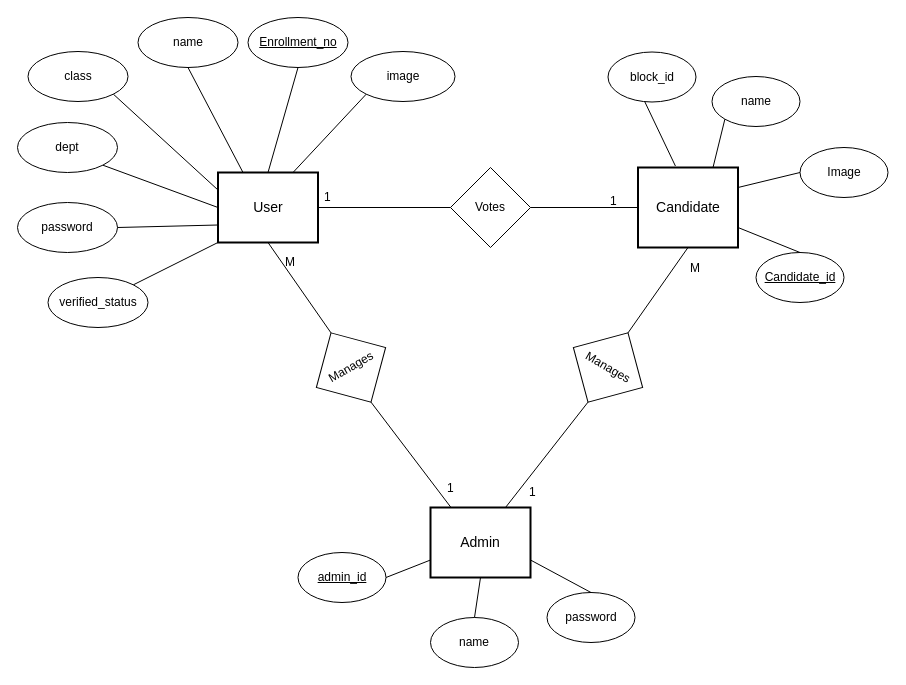
Before: ER.drawio in matic14/BLockVote-UML-Diagram, a draw.io diagram. Source tidied: cells renumbered, new cells numbered last; positions are measured from the earlier drawing's top-left corner, leaving out a move shared by most shapes. Both pictures are drawn from the tidied source at 100%, with x=0, y=0 at pixel (17, 17).
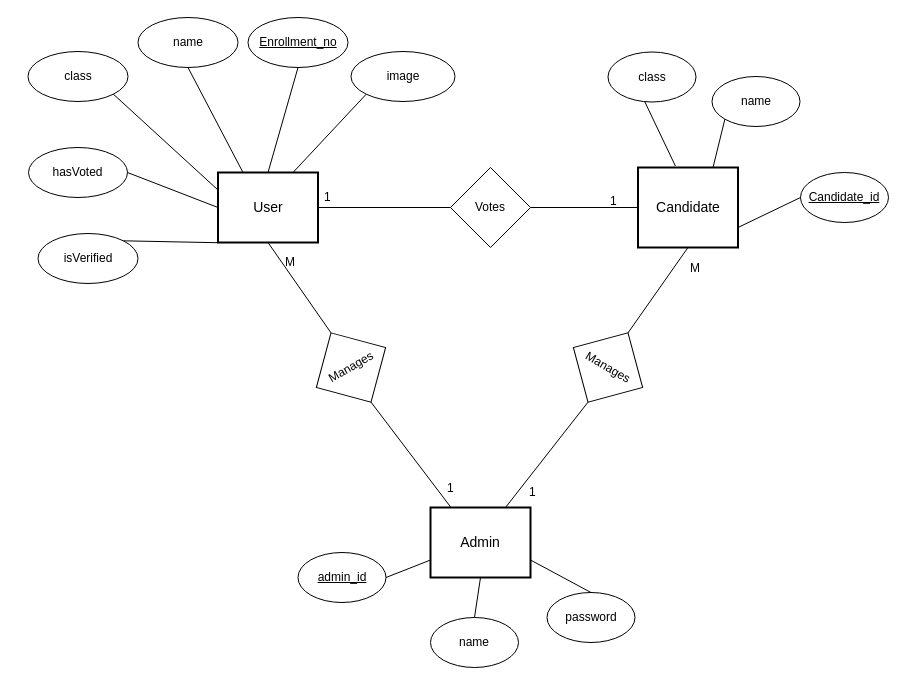
The same diagram, later.

The change refers to these unchanged cells:
```xml
<mxCell id="2" value="User" style="strokeWidth=2;whiteSpace=wrap;html=1;align=center;fontSize=14;" parent="1" vertex="1">
  <mxGeometry x="200.5" y="155" width="100" height="70" as="geometry" />
</mxCell>
<mxCell id="4" value="Candidate" style="strokeWidth=2;whiteSpace=wrap;html=1;align=center;fontSize=14;" parent="1" vertex="1">
  <mxGeometry x="620.5" y="150" width="100" height="80" as="geometry" />
</mxCell>
```

The edit, as a diff of the source:
```diff
@@
-    <mxCell id="7" value="dept" style="ellipse;whiteSpace=wrap;html=1;" parent="1" vertex="1">
-      <mxGeometry y="105" width="100" height="50" as="geometry" />
-    </mxCell>
@@
-    <mxCell id="9" value="password" style="ellipse;whiteSpace=wrap;html=1;" parent="1" vertex="1">
-      <mxGeometry y="185" width="100" height="50" as="geometry" />
-    </mxCell>
@@
-    <mxCell id="14" style="endArrow=none;html=1;entryX=1;entryY=1;entryDx=0;entryDy=0;exitX=0;exitY=0.5;exitDx=0;exitDy=0;" parent="1" edge="1" source="2" target="7">
-      <mxGeometry relative="1" as="geometry" />
-    </mxCell>
-    <mxCell id="15" style="endArrow=none;html=1;entryX=1;entryY=0.5;entryDx=0;entryDy=0;exitX=0;exitY=0.75;exitDx=0;exitDy=0;" parent="1" edge="1" source="2" target="9">
-      <mxGeometry relative="1" as="geometry" />
-    </mxCell>
@@
     <mxCell id="22" value="&lt;u&gt;Candidate_id&lt;/u&gt;" style="ellipse;whiteSpace=wrap;html=1;" parent="1" vertex="1">
-      <mxGeometry x="738.5" y="235" width="88" height="50" as="geometry" />
+      <mxGeometry x="783" y="155" width="88" height="50" as="geometry" />
     </mxCell>
@@
-    <mxCell id="24" value="Image" style="ellipse;whiteSpace=wrap;html=1;" parent="1" vertex="1">
-      <mxGeometry x="782.5" y="130" width="88" height="50" as="geometry" />
-    </mxCell>
@@
-    <mxCell id="27" value="verified_status" style="ellipse;whiteSpace=wrap;html=1;" parent="1" vertex="1">
-      <mxGeometry x="30.5" y="260" width="100" height="50" as="geometry" />
+    <mxCell id="27" value="isVerified" style="ellipse;whiteSpace=wrap;html=1;" parent="1" vertex="1">
+      <mxGeometry x="20.5" y="216" width="100" height="50" as="geometry" />
     </mxCell>
@@
-    <mxCell id="29" style="endArrow=none;html=1;entryX=0;entryY=0.5;entryDx=0;entryDy=0;exitX=1;exitY=0.25;exitDx=0;exitDy=0;" parent="1" edge="1" source="4" target="24">
-      <mxGeometry relative="1" as="geometry" />
-    </mxCell>
-    <mxCell id="30" style="endArrow=none;html=1;entryX=0.5;entryY=0;entryDx=0;entryDy=0;exitX=1;exitY=0.75;exitDx=0;exitDy=0;" parent="1" edge="1" source="4" target="22">
+    <mxCell id="30" style="endArrow=none;html=1;entryX=0;entryY=0.5;entryDx=0;entryDy=0;exitX=1;exitY=0.75;exitDx=0;exitDy=0;" parent="1" edge="1" source="4" target="22">
       <mxGeometry relative="1" as="geometry" />
     </mxCell>
@@
-    <mxCell id="45" value="block_id" style="ellipse;whiteSpace=wrap;html=1;" parent="1" vertex="1">
+    <mxCell id="45" value="class" style="ellipse;whiteSpace=wrap;html=1;" parent="1" vertex="1">
       <mxGeometry x="590.5" y="34.5" width="88" height="50" as="geometry" />
     </mxCell>
@@
+    <mxCell id="48" value="hasVoted" style="ellipse;whiteSpace=wrap;html=1;" parent="1" vertex="1">
+      <mxGeometry x="11" y="130" width="99" height="50" as="geometry" />
+    </mxCell>
+    <mxCell id="49" style="endArrow=none;html=1;entryX=1;entryY=0.5;entryDx=0;entryDy=0;exitX=0;exitY=0.5;exitDx=0;exitDy=0;" parent="1" edge="1" source="2" target="48">
+      <mxGeometry relative="1" as="geometry" />
+    </mxCell>
```
